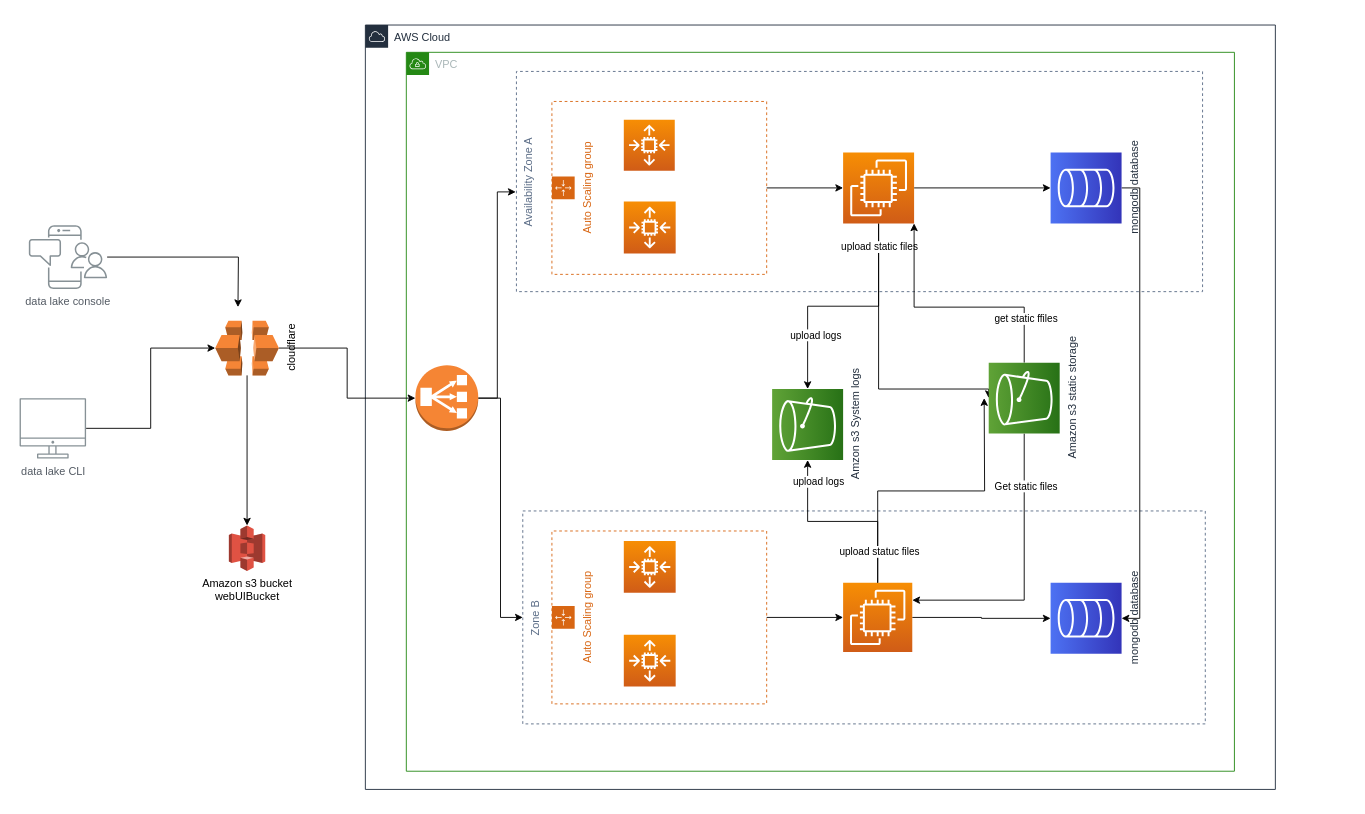
dash7ou/covid19-tracker keeps this draw.io diagram as src/Untitled Diagram.drawio. Above is the earlier version. Source tidied: cells renumbered, new cells numbered last; positions are measured from the earlier drawing's top-left corner, leaving out a move shared by most shapes. Both pictures are drawn from the tidied source at 91%, with x=0, y=0 at pixel (19, -162).
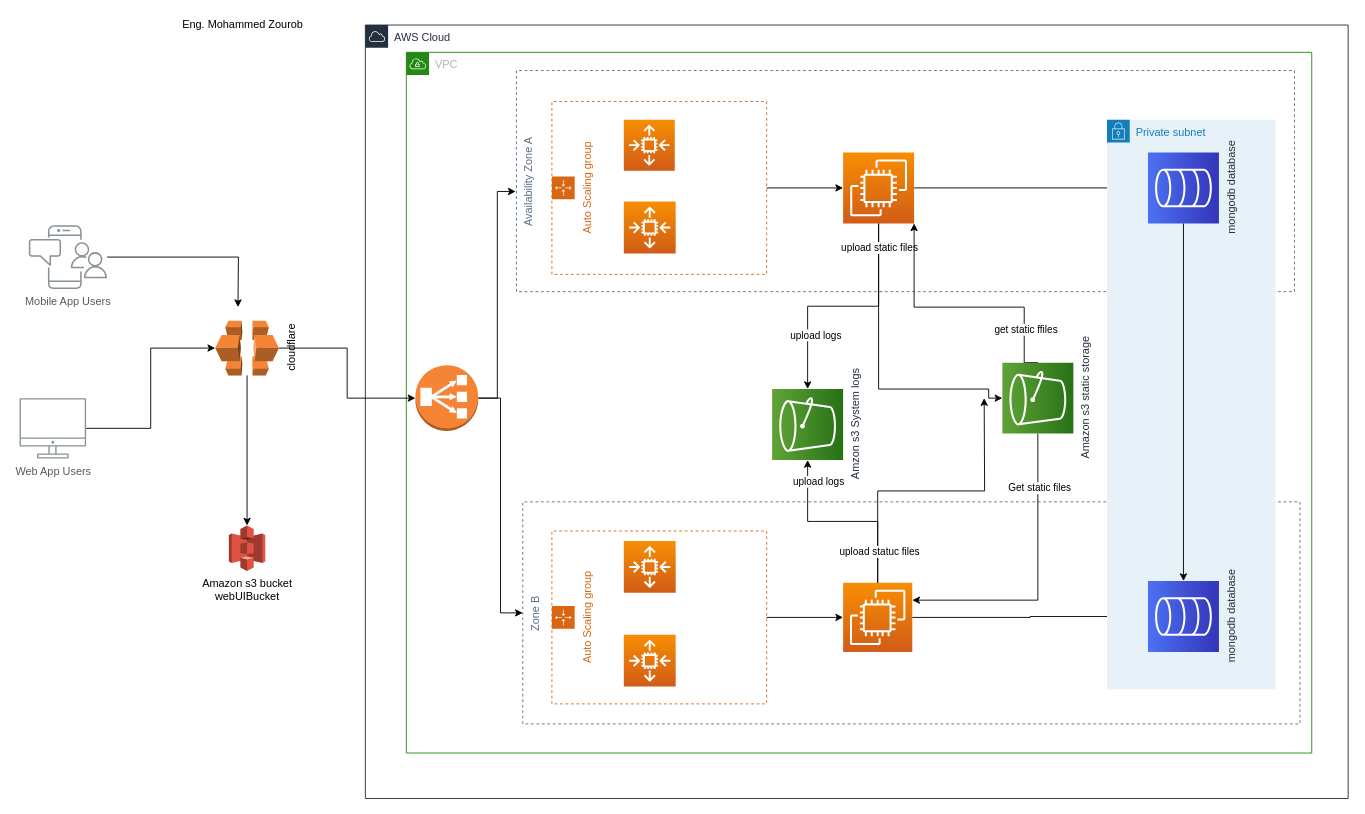
After the change.

Unchanged cells that the change refers to:
```xml
<mxCell id="25" style="sketch=0;points=[[0,0,0],[0.25,0,0],[0.5,0,0],[0.75,0,0],[1,0,0],[0,1,0],[0.25,1,0],[0.5,1,0],[0.75,1,0],[1,1,0],[0,0.25,0],[0,0.5,0],[0,0.75,0],[1,0.25,0],[1,0.5,0],[1,0.75,0]];outlineConnect=0;fontColor=#232F3E;gradientColor=#F78E04;gradientDirection=north;fillColor=#D05C17;strokeColor=#ffffff;dashed=0;verticalLabelPosition=bottom;verticalAlign=top;align=center;html=1;fontSize=12;fontStyle=0;shape=mxgraph.aws4.resourceIcon;resIcon=mxgraph.aws4.ec2;" parent="7" vertex="1">
  <mxGeometry x="480" y="110" width="78" height="78" as="geometry" />
</mxCell>
<mxCell id="30" style="sketch=0;points=[[0,0,0],[0.25,0,0],[0.5,0,0],[0.75,0,0],[1,0,0],[0,1,0],[0.25,1,0],[0.5,1,0],[0.75,1,0],[1,1,0],[0,0.25,0],[0,0.5,0],[0,0.75,0],[1,0.25,0],[1,0.5,0],[1,0.75,0]];outlineConnect=0;fontColor=#232F3E;gradientColor=#F78E04;gradientDirection=north;fillColor=#D05C17;strokeColor=#ffffff;dashed=0;verticalLabelPosition=bottom;verticalAlign=top;align=center;html=1;fontSize=12;fontStyle=0;shape=mxgraph.aws4.resourceIcon;resIcon=mxgraph.aws4.ec2;" parent="7" vertex="1">
  <mxGeometry x="480" y="583" width="76" height="76" as="geometry" />
</mxCell>
```

The edit, as a diff of the source:
```diff
@@
-    <mxCell id="3" value="data lake CLI" style="outlineConnect=0;gradientColor=none;fontColor=#545B64;strokeColor=none;fillColor=#879196;dashed=0;verticalLabelPosition=bottom;verticalAlign=top;align=center;html=1;fontSize=12;fontStyle=0;shape=mxgraph.aws4.illustration_desktop;labelBackgroundColor=#ffffff;" parent="1" vertex="1">
+    <mxCell id="3" value="Web App Users" style="outlineConnect=0;gradientColor=none;fontColor=#545B64;strokeColor=none;fillColor=#879196;dashed=0;verticalLabelPosition=bottom;verticalAlign=top;align=center;html=1;fontSize=12;fontStyle=0;shape=mxgraph.aws4.illustration_desktop;labelBackgroundColor=#ffffff;" parent="1" vertex="1">
       <mxGeometry y="615" width="73.1" height="66.5" as="geometry" />
     </mxCell>
@@
-    <mxCell id="5" value="data lake console" style="outlineConnect=0;gradientColor=none;fontColor=#545B64;strokeColor=none;fillColor=#879196;dashed=0;verticalLabelPosition=bottom;verticalAlign=top;align=center;html=1;fontSize=12;fontStyle=0;shape=mxgraph.aws4.illustration_notification;labelBackgroundColor=#ffffff;" parent="1" vertex="1">
+    <mxCell id="5" value="Mobile App Users" style="outlineConnect=0;gradientColor=none;fontColor=#545B64;strokeColor=none;fillColor=#879196;dashed=0;verticalLabelPosition=bottom;verticalAlign=top;align=center;html=1;fontSize=12;fontStyle=0;shape=mxgraph.aws4.illustration_notification;labelBackgroundColor=#ffffff;" parent="1" vertex="1">
       <mxGeometry x="10" y="425" width="86.4" height="70" as="geometry" />
     </mxCell>
     <mxCell id="6" value="AWS Cloud" style="gradientColor=none;html=1;whiteSpace=wrap;fontSize=12;fontStyle=0;shape=mxgraph.aws4.group;grIcon=mxgraph.aws4.group_aws_cloud;strokeColor=#232F3E;fillColor=none;verticalAlign=top;align=left;spacingLeft=30;fontColor=#232F3E;dashed=0;" parent="1" vertex="1">
-      <mxGeometry x="380" y="205" width="1000" height="840" as="geometry" />
+      <mxGeometry x="380" y="205" width="1080" height="850" as="geometry" />
     </mxCell>
     <mxCell id="7" value="VPC" style="gradientColor=none;html=1;whiteSpace=wrap;fontSize=12;fontStyle=0;shape=mxgraph.aws4.group;grIcon=mxgraph.aws4.group_vpc;strokeColor=#248814;fillColor=none;verticalAlign=top;align=left;spacingLeft=30;fontColor=#AAB7B8;dashed=0;" parent="6" vertex="1">
-      <mxGeometry x="45" y="30" width="910" height="790" as="geometry" />
+      <mxGeometry x="45" y="30" width="995" height="770" as="geometry" />
     </mxCell>
@@
     <mxCell id="11" value="Availability Zone A&#10;" style="fillColor=none;strokeColor=#5A6C86;dashed=1;verticalAlign=top;fontStyle=0;fontColor=#5A6C86;rotation=-90;" parent="7" vertex="1">
-      <mxGeometry x="377" y="-235" width="242" height="754" as="geometry" />
+      <mxGeometry x="427" y="-286" width="243" height="855" as="geometry" />
     </mxCell>
     <mxCell id="12" value="Zone B" style="fillColor=none;strokeColor=#5A6C86;dashed=1;verticalAlign=top;fontStyle=0;fontColor=#5A6C86;rotation=-90;" parent="7" vertex="1">
-      <mxGeometry x="386" y="246" width="234" height="750" as="geometry" />
+      <mxGeometry x="433" y="189" width="244" height="854" as="geometry" />
     </mxCell>
@@
-    <mxCell id="22" style="edgeStyle=orthogonalEdgeStyle;rounded=0;jettySize=auto;html=1;exitX=1;exitY=0.5;exitDx=0;exitDy=0;exitPerimeter=0;entryX=0.5;entryY=0;entryDx=0;entryDy=0;entryPerimeter=0;" parent="7" edge="1" source="25" target="33">
-      <mxGeometry relative="1" as="geometry" />
-    </mxCell>
@@
+    <mxCell id="46" style="edgeStyle=orthogonalEdgeStyle;rounded=0;jettySize=auto;html=1;entryX=0.5;entryY=0;entryDx=0;entryDy=0;entryPerimeter=0;" parent="7" edge="1" source="25" target="50">
+      <mxGeometry relative="1" as="geometry" />
+    </mxCell>
@@
-    <mxCell id="29" style="edgeStyle=orthogonalEdgeStyle;rounded=0;jettySize=auto;html=1;exitX=1;exitY=0.5;exitDx=0;exitDy=0;exitPerimeter=0;entryX=0.5;entryY=0;entryDx=0;entryDy=0;entryPerimeter=0;" parent="7" edge="1" source="30" target="34">
-      <mxGeometry relative="1" as="geometry" />
-    </mxCell>
+    <mxCell id="47" style="edgeStyle=orthogonalEdgeStyle;rounded=0;jettySize=auto;html=1;exitX=1;exitY=0.5;exitDx=0;exitDy=0;exitPerimeter=0;" parent="7" edge="1" source="30" target="51">
+      <mxGeometry relative="1" as="geometry" />
+    </mxCell>
@@
-    <mxCell id="32" style="edgeStyle=orthogonalEdgeStyle;rounded=0;jettySize=auto;html=1;exitX=0.5;exitY=1;exitDx=0;exitDy=0;exitPerimeter=0;entryX=0.5;entryY=1;entryDx=0;entryDy=0;entryPerimeter=0;" parent="7" edge="1" source="33" target="34">
-      <mxGeometry relative="1" as="geometry" />
-    </mxCell>
-    <mxCell id="33" value="mongodb database&lt;br&gt;" style="sketch=0;points=[[0,0,0],[0.25,0,0],[0.5,0,0],[0.75,0,0],[1,0,0],[0,1,0],[0.25,1,0],[0.5,1,0],[0.75,1,0],[1,1,0],[0,0.25,0],[0,0.5,0],[0,0.75,0],[1,0.25,0],[1,0.5,0],[1,0.75,0]];outlineConnect=0;fontColor=#232F3E;gradientColor=#4D72F3;gradientDirection=north;fillColor=#3334B9;strokeColor=#ffffff;dashed=0;verticalLabelPosition=bottom;verticalAlign=top;align=center;html=1;fontSize=12;fontStyle=0;shape=mxgraph.aws4.resourceIcon;resIcon=mxgraph.aws4.database;rotation=-90;" parent="7" vertex="1">
-      <mxGeometry x="708" y="110" width="78" height="78" as="geometry" />
-    </mxCell>
-    <mxCell id="34" value="mongodb database&lt;br&gt;" style="sketch=0;points=[[0,0,0],[0.25,0,0],[0.5,0,0],[0.75,0,0],[1,0,0],[0,1,0],[0.25,1,0],[0.5,1,0],[0.75,1,0],[1,1,0],[0,0.25,0],[0,0.5,0],[0,0.75,0],[1,0.25,0],[1,0.5,0],[1,0.75,0]];outlineConnect=0;fontColor=#232F3E;gradientColor=#4D72F3;gradientDirection=north;fillColor=#3334B9;strokeColor=#ffffff;dashed=0;verticalLabelPosition=bottom;verticalAlign=top;align=center;html=1;fontSize=12;fontStyle=0;shape=mxgraph.aws4.resourceIcon;resIcon=mxgraph.aws4.database;rotation=-90;" parent="7" vertex="1">
-      <mxGeometry x="708" y="583" width="78" height="78" as="geometry" />
-    </mxCell>
@@
     <mxCell id="39" value="Amazon s3 static storage&lt;br&gt;" style="sketch=0;points=[[0,0,0],[0.25,0,0],[0.5,0,0],[0.75,0,0],[1,0,0],[0,1,0],[0.25,1,0],[0.5,1,0],[0.75,1,0],[1,1,0],[0,0.25,0],[0,0.5,0],[0,0.75,0],[1,0.25,0],[1,0.5,0],[1,0.75,0]];outlineConnect=0;fontColor=#232F3E;gradientColor=#60A337;gradientDirection=north;fillColor=#277116;strokeColor=#ffffff;dashed=0;verticalLabelPosition=bottom;verticalAlign=top;align=center;html=1;fontSize=12;fontStyle=0;shape=mxgraph.aws4.resourceIcon;resIcon=mxgraph.aws4.s3;rotation=-90;" parent="7" vertex="1">
-      <mxGeometry x="640" y="341" width="78" height="78" as="geometry" />
+      <mxGeometry x="655" y="341" width="78" height="78" as="geometry" />
     </mxCell>
+    <mxCell id="48" value="Private subnet" style="gradientColor=none;html=1;whiteSpace=wrap;fontSize=12;fontStyle=0;shape=mxgraph.aws4.group;grIcon=mxgraph.aws4.group_security_group;grStroke=0;strokeColor=#147EBA;fillColor=#E6F2F8;verticalAlign=top;align=left;spacingLeft=30;fontColor=#147EBA;dashed=0;" parent="7" vertex="1">
+      <mxGeometry x="770" y="74" width="185" height="626" as="geometry" />
+    </mxCell>
+    <mxCell id="49" style="edgeStyle=orthogonalEdgeStyle;rounded=0;jettySize=auto;html=1;entryX=1;entryY=0.5;entryDx=0;entryDy=0;entryPerimeter=0;" parent="7" edge="1" source="50" target="51">
+      <mxGeometry relative="1" as="geometry" />
+    </mxCell>
+    <mxCell id="50" value="mongodb database&lt;br&gt;" style="sketch=0;points=[[0,0,0],[0.25,0,0],[0.5,0,0],[0.75,0,0],[1,0,0],[0,1,0],[0.25,1,0],[0.5,1,0],[0.75,1,0],[1,1,0],[0,0.25,0],[0,0.5,0],[0,0.75,0],[1,0.25,0],[1,0.5,0],[1,0.75,0]];outlineConnect=0;fontColor=#232F3E;gradientColor=#4D72F3;gradientDirection=north;fillColor=#3334B9;strokeColor=#ffffff;dashed=0;verticalLabelPosition=bottom;verticalAlign=top;align=center;html=1;fontSize=12;fontStyle=0;shape=mxgraph.aws4.resourceIcon;resIcon=mxgraph.aws4.database;rotation=-90;" parent="7" vertex="1">
+      <mxGeometry x="815" y="110" width="78" height="78" as="geometry" />
+    </mxCell>
+    <mxCell id="51" value="mongodb database&lt;br&gt;" style="sketch=0;points=[[0,0,0],[0.25,0,0],[0.5,0,0],[0.75,0,0],[1,0,0],[0,1,0],[0.25,1,0],[0.5,1,0],[0.75,1,0],[1,1,0],[0,0.25,0],[0,0.5,0],[0,0.75,0],[1,0.25,0],[1,0.5,0],[1,0.75,0]];outlineConnect=0;fontColor=#232F3E;gradientColor=#4D72F3;gradientDirection=north;fillColor=#3334B9;strokeColor=#ffffff;dashed=0;verticalLabelPosition=bottom;verticalAlign=top;align=center;html=1;fontSize=12;fontStyle=0;shape=mxgraph.aws4.resourceIcon;resIcon=mxgraph.aws4.database;rotation=-90;" parent="7" vertex="1">
+      <mxGeometry x="815" y="581" width="78" height="78" as="geometry" />
+    </mxCell>
@@
+    <mxCell id="52" value="Eng. Mohammed Zourob" style="text;html=1;align=center;verticalAlign=middle;strokeColor=none;fillColor=none;" parent="1" vertex="1">
+      <mxGeometry x="170" y="195" width="150" height="20" as="geometry" />
+    </mxCell>
```
